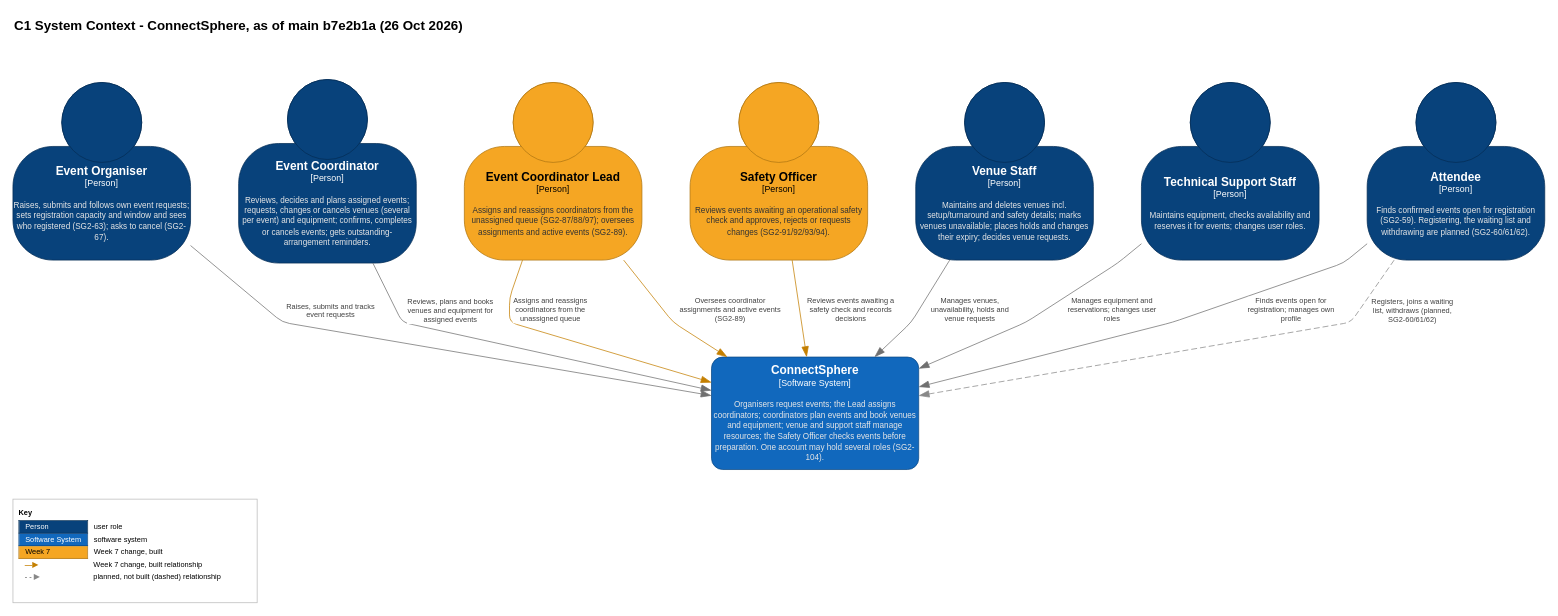
Above: page "C1 System Context - ConnectSphere" (1 of 7) of docs/design/c4-model.drawio in tayelroy/Team2-SPM (draw.io), before the change. Source tidied: cells renumbered, new cells numbered last; positions are measured from the earlier drawing's top-left corner, leaving out a move shared by most shapes. Both pictures are drawn from the tidied source at 74%, with x=0, y=0 at pixel (13, 13).
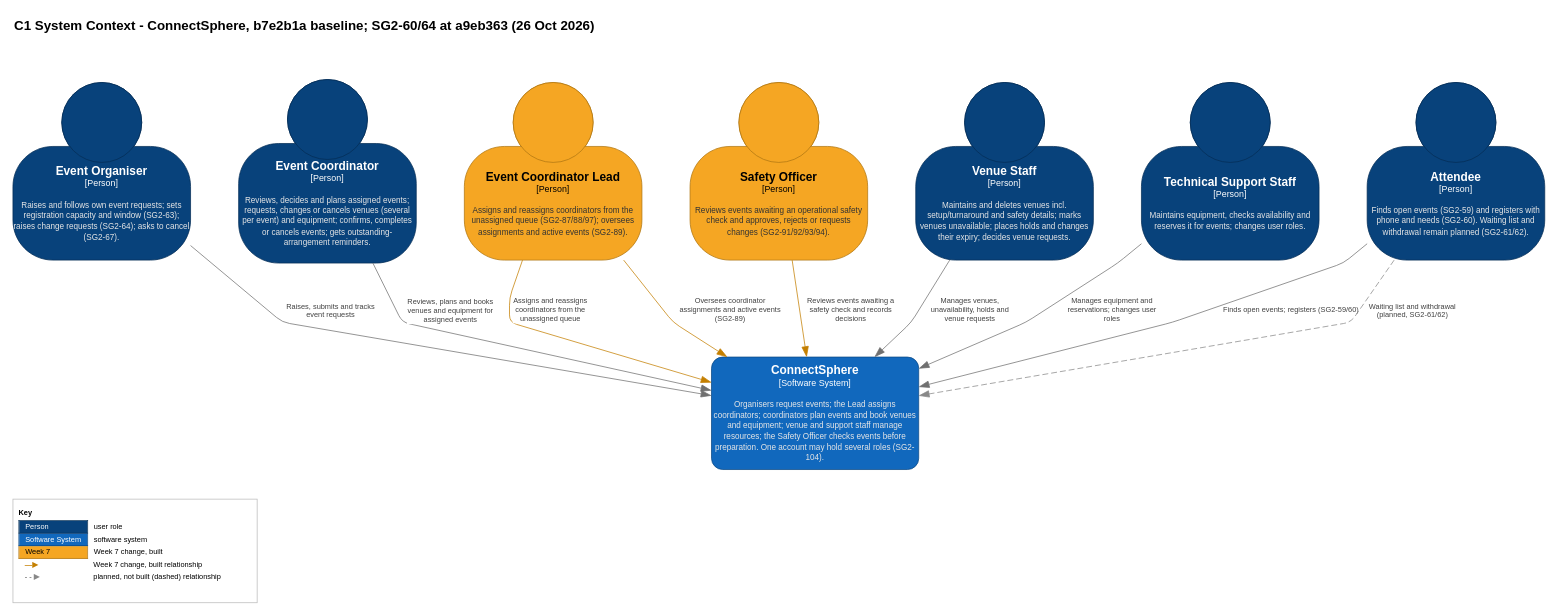
The same diagram, later.

The change refers to these unchanged cells:
```xml
<object id="10" label="&lt;font style=&quot;font-size: 16px&quot;&gt;&lt;b&gt;%c4Name%&lt;/b&gt;&lt;/font&gt;&lt;div&gt;[%c4Type%]&lt;/div&gt;&lt;br&gt;&lt;div&gt;&lt;font style=&quot;font-size: 11px&quot;&gt;&lt;font color=&quot;#E6E6E6&quot;&gt;%c4Description%&lt;/font&gt;&lt;/font&gt;&lt;/div&gt;" c4Description="Organisers request events; the Lead assigns coordinators; coordinators plan events and book venues and equipment; venue and support staff manage resources; the Safety Officer checks events before preparation. One account may hold several roles (SG2-104)." c4Name="ConnectSphere" c4Type="Software System" placeholders="1">
  <mxCell style="rounded=1;arcSize=10;labelBackgroundColor=none;whiteSpace=wrap;html=1;fillColor=#1168BD;fontColor=#ffffff;strokeColor=#0B4884;align=center;points=[[0,0,0],[0.25,0,0],[0.5,0,0],[0.75,0,0],[1,0,0],[1,0.25,0],[1,0.5,0],[1,0.75,0],[1,1,0],[0.75,1,0],[0.5,1,0],[0.25,1,0],[0,1,0],[0,0.75,0],[0,0.5,0],[0,0.25,0]];" parent="1" vertex="1">
    <mxGeometry x="944" y="465" width="280" height="152" as="geometry" />
  </mxCell>
</object>
```

Diff of the diagram source:
```diff
@@
-    <mxCell id="2" value="&lt;b&gt;C1 System Context - ConnectSphere, as of main b7e2b1a (26 Oct 2026)&lt;/b&gt;" style="text;html=1;align=left;verticalAlign=top;fontSize=18;whiteSpace=wrap;" parent="1" vertex="1">
+    <mxCell id="2" value="&lt;b&gt;C1 System Context - ConnectSphere, b7e2b1a baseline; SG2-60/64 at a9eb363 (26 Oct 2026)&lt;/b&gt;" style="text;html=1;align=left;verticalAlign=top;fontSize=18;whiteSpace=wrap;" parent="1" vertex="1">
       <mxGeometry width="1100" height="60" as="geometry" />
     </mxCell>
-    <object id="3" label="&lt;font style=&quot;font-size: 16px&quot;&gt;&lt;b&gt;%c4Name%&lt;/b&gt;&lt;/font&gt;&lt;div&gt;[%c4Type%]&lt;/div&gt;&lt;br&gt;&lt;div&gt;&lt;font style=&quot;font-size: 11px&quot;&gt;&lt;font color=&quot;#E6E6E6&quot;&gt;%c4Description%&lt;/font&gt;&lt;/font&gt;&lt;/div&gt;" c4Description="Raises, submits and follows own event requests; sets registration capacity and window and sees who registered (SG2-63); asks to cancel (SG2-67)." c4Name="Event Organiser" c4Type="Person" placeholders="1">
+    <object id="3" label="&lt;font style=&quot;font-size: 16px&quot;&gt;&lt;b&gt;%c4Name%&lt;/b&gt;&lt;/font&gt;&lt;div&gt;[%c4Type%]&lt;/div&gt;&lt;br&gt;&lt;div&gt;&lt;font style=&quot;font-size: 11px&quot;&gt;&lt;font color=&quot;#E6E6E6&quot;&gt;%c4Description%&lt;/font&gt;&lt;/font&gt;&lt;/div&gt;" c4Description="Raises and follows own event requests; sets registration capacity and window (SG2-63); raises change requests (SG2-64); asks to cancel (SG2-67)." c4Name="Event Organiser" c4Type="Person" placeholders="1">
       <mxCell style="shape=mxgraph.c4.person2;whiteSpace=wrap;html=1;fillColor=#08427B;fontColor=#ffffff;strokeColor=#052E56;align=center;labelBackgroundColor=none;points=[[0.5,0,0],[1,0.5,0],[1,0.75,0],[0.75,1,0],[0.5,1,0],[0.25,1,0],[0,0.75,0],[0,0.5,0]];" parent="1" vertex="1">
         <mxGeometry y="94" width="240" height="240" as="geometry" />
       </mxCell>
     </object>
@@
-    <object id="9" label="&lt;font style=&quot;font-size: 16px&quot;&gt;&lt;b&gt;%c4Name%&lt;/b&gt;&lt;/font&gt;&lt;div&gt;[%c4Type%]&lt;/div&gt;&lt;br&gt;&lt;div&gt;&lt;font style=&quot;font-size: 11px&quot;&gt;&lt;font color=&quot;#E6E6E6&quot;&gt;%c4Description%&lt;/font&gt;&lt;/font&gt;&lt;/div&gt;" c4Description="Finds confirmed events open for registration (SG2-59). Registering, the waiting list and withdrawing are planned (SG2-60/61/62)." c4Name="Attendee" c4Type="Person" placeholders="1">
+    <object id="9" label="&lt;font style=&quot;font-size: 16px&quot;&gt;&lt;b&gt;%c4Name%&lt;/b&gt;&lt;/font&gt;&lt;div&gt;[%c4Type%]&lt;/div&gt;&lt;br&gt;&lt;div&gt;&lt;font style=&quot;font-size: 11px&quot;&gt;&lt;font color=&quot;#E6E6E6&quot;&gt;%c4Description%&lt;/font&gt;&lt;/font&gt;&lt;/div&gt;" c4Description="Finds open events (SG2-59) and registers with phone and needs (SG2-60). Waiting list and withdrawal remain planned (SG2-61/62)." c4Name="Attendee" c4Type="Person" placeholders="1">
       <mxCell style="shape=mxgraph.c4.person2;whiteSpace=wrap;html=1;fillColor=#08427B;fontColor=#ffffff;strokeColor=#052E56;align=center;labelBackgroundColor=none;points=[[0.5,0,0],[1,0.5,0],[1,0.75,0],[0.75,1,0],[0.5,1,0],[0.25,1,0],[0,0.75,0],[0,0.5,0]];" parent="1" vertex="1">
         <mxGeometry x="1830" y="94" width="240" height="240" as="geometry" />
       </mxCell>
     </object>
@@
-    <mxCell id="18" value="Finds events open for&lt;br&gt;registration; manages own&lt;br&gt;profile" style="endArrow=blockThin;endFill=1;endSize=12;html=1;fontSize=10;fontColor=#404040;strokeWidth=1;strokeColor=#707070;rounded=1;edgeStyle=none;jumpStyle=arc;jumpSize=12;labelBackgroundColor=#ffffff;" parent="1" edge="1" source="9" target="10">
+    <mxCell id="18" value="Finds open events; registers (SG2-59/60)" style="endArrow=blockThin;endFill=1;endSize=12;html=1;fontSize=10;fontColor=#404040;strokeWidth=1;strokeColor=#707070;rounded=1;edgeStyle=none;jumpStyle=arc;jumpSize=12;labelBackgroundColor=#ffffff;" parent="1" edge="1" source="9" target="10">
       <mxGeometry relative="1" as="geometry">
         <Array as="points">
           <mxPoint x="1798" y="338" />
           <mxPoint x="1567" y="418" />
         </Array>
         <mxPoint x="193" y="-25" as="offset" />
       </mxGeometry>
     </mxCell>
-    <mxCell id="19" value="Registers, joins a waiting&lt;br&gt;list, withdraws (planned,&lt;br&gt;SG2-60/61/62)" style="endArrow=blockThin;endFill=1;endSize=12;html=1;fontSize=10;fontColor=#404040;strokeWidth=1;strokeColor=#888888;rounded=1;edgeStyle=none;jumpStyle=arc;jumpSize=12;labelBackgroundColor=#ffffff;dashed=1;dashPattern=8 4;" parent="1" edge="1" source="9" target="10">
+    <mxCell id="19" value="Waiting list and withdrawal&lt;br&gt;(planned, SG2-61/62)" style="endArrow=blockThin;endFill=1;endSize=12;html=1;fontSize=10;fontColor=#404040;strokeWidth=1;strokeColor=#888888;rounded=1;edgeStyle=none;jumpStyle=arc;jumpSize=12;labelBackgroundColor=#ffffff;dashed=1;dashPattern=8 4;" parent="1" edge="1" source="9" target="10">
       <mxGeometry relative="1" as="geometry">
         <Array as="points">
           <mxPoint x="1808" y="418" />
         </Array>
         <mxPoint x="324" y="-57" as="offset" />
       </mxGeometry>
     </mxCell>
```
